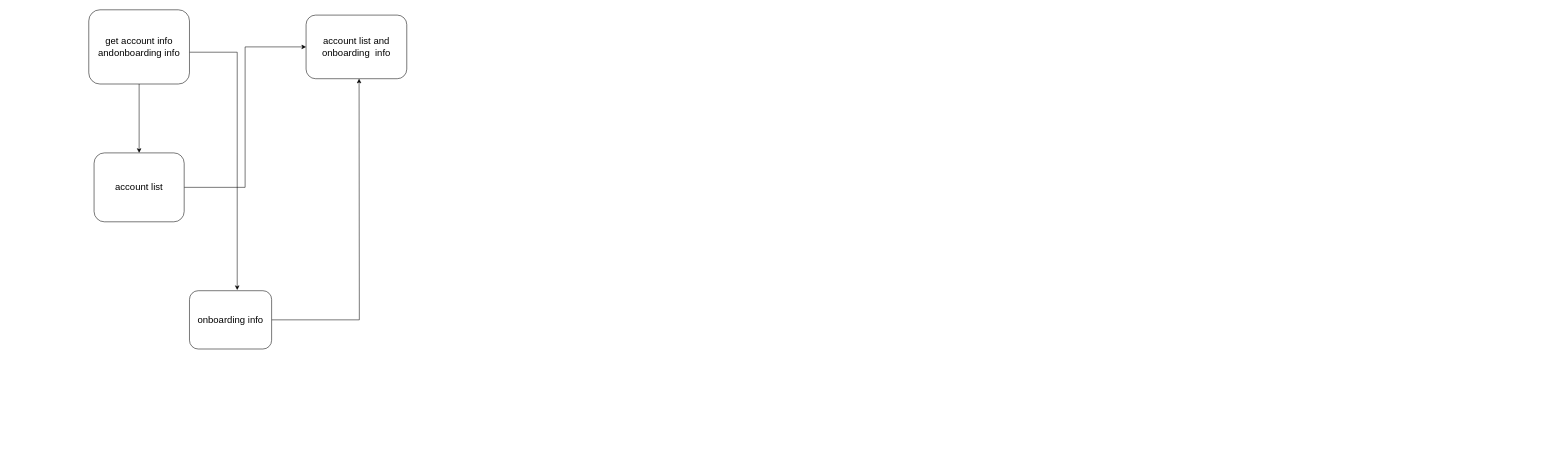
This is Untitled Diagram.drawio from arshamsedaghatbin/onbording, a draw.io file, before an edit. Source tidied: cells renumbered, new cells numbered last; positions are measured from the earlier drawing's top-left corner, leaving out a move shared by most shapes. Both pictures are drawn from the tidied source at 53%, with x=0, y=0 at pixel (89, 10).
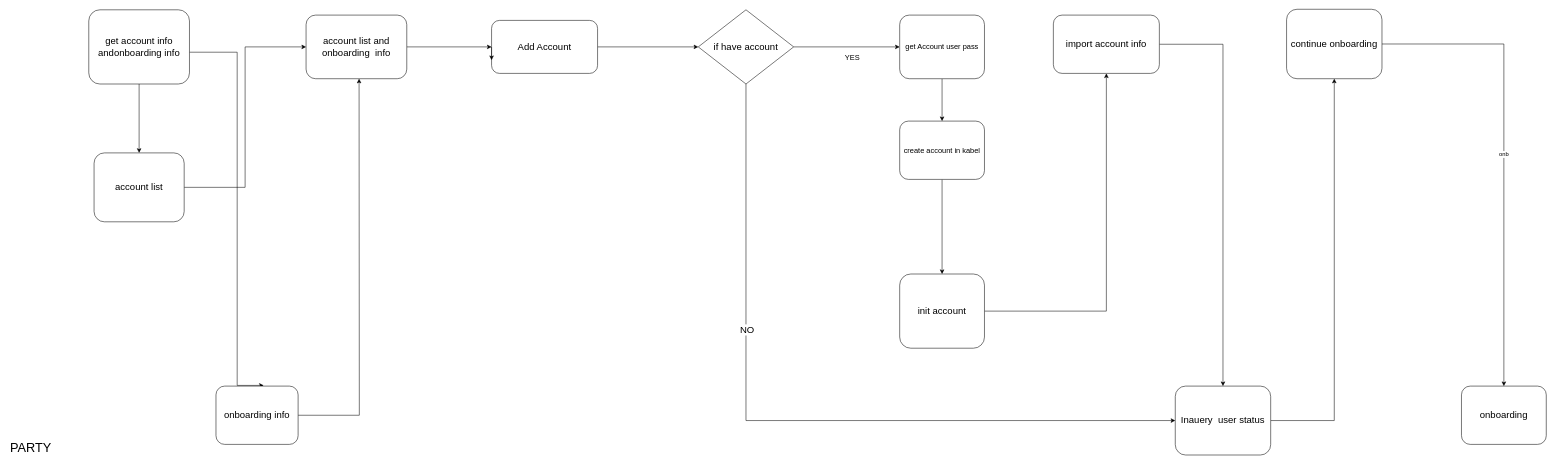
After the change.

Unchanged cells that the change refers to:
```xml
<mxCell id="2" value="&lt;font style=&quot;font-size: 18px&quot;&gt;account list and onboarding&amp;nbsp; info&lt;/font&gt;" style="rounded=1;whiteSpace=wrap;html=1;" parent="1" vertex="1">
  <mxGeometry x="410" y="10" width="190" height="120" as="geometry" />
</mxCell>
```

Change to the diagram source:
```diff
@@
+    <mxCell id="10" style="edgeStyle=orthogonalEdgeStyle;rounded=0;jettySize=auto;html=1;entryX=0;entryY=0.5;entryDx=0;entryDy=0;" parent="1" edge="1" source="2" target="12">
+      <mxGeometry relative="1" as="geometry" />
+    </mxCell>
@@
     <mxCell id="9" value="&lt;font style=&quot;font-size: 18px&quot;&gt;onboarding info&lt;/font&gt;" style="rounded=1;whiteSpace=wrap;html=1;" parent="1" vertex="1">
-      <mxGeometry x="190" y="530" width="155" height="110" as="geometry" />
+      <mxGeometry x="240" y="710" width="155" height="110" as="geometry" />
     </mxCell>
+    <mxCell id="11" style="edgeStyle=orthogonalEdgeStyle;rounded=0;jettySize=auto;html=1;entryX=0;entryY=0.5;entryDx=0;entryDy=0;" parent="1" edge="1" source="12" target="17">
+      <mxGeometry relative="1" as="geometry" />
+    </mxCell>
+    <mxCell id="12" value="&lt;font style=&quot;font-size: 18px&quot;&gt;Add Account&lt;/font&gt;" style="rounded=1;whiteSpace=wrap;html=1;" parent="1" vertex="1">
+      <mxGeometry x="760" y="20" width="200" height="100" as="geometry" />
+    </mxCell>
+    <mxCell id="13" style="edgeStyle=orthogonalEdgeStyle;rounded=0;orthogonalLoop=1;jettySize=auto;html=1;exitX=0;exitY=0.5;exitDx=0;exitDy=0;entryX=0;entryY=0.75;entryDx=0;entryDy=0;" parent="1" edge="1" source="12" target="12">
+      <mxGeometry relative="1" as="geometry" />
+    </mxCell>
+    <mxCell id="14" style="edgeStyle=orthogonalEdgeStyle;rounded=0;jettySize=auto;html=1;" parent="1" edge="1" source="17" target="22">
+      <mxGeometry relative="1" as="geometry" />
+    </mxCell>
+    <mxCell id="15" style="edgeStyle=orthogonalEdgeStyle;rounded=0;jettySize=auto;html=1;" parent="1" edge="1" source="17" target="20">
+      <mxGeometry relative="1" as="geometry">
+        <Array as="points">
+          <mxPoint x="1240" y="775" />
+        </Array>
+      </mxGeometry>
+    </mxCell>
+    <mxCell id="16" value="&lt;font style=&quot;font-size: 18px&quot;&gt;NO&lt;/font&gt;" style="text;html=1;align=center;verticalAlign=middle;labelBackgroundColor=#ffffff;" parent="15" vertex="1">
+      <mxGeometry x="-0.12" y="172" relative="1" as="geometry" />
+    </mxCell>
+    <mxCell id="17" value="&lt;font style=&quot;font-size: 18px&quot;&gt;if have account&lt;/font&gt;" style="rhombus;whiteSpace=wrap;html=1;" parent="1" vertex="1">
+      <mxGeometry x="1150" width="180" height="140" as="geometry" />
+    </mxCell>
+    <mxCell id="18" value="&lt;font style=&quot;font-size: 24px&quot;&gt;PARTY&lt;/font&gt;" style="text;html=1;align=left;verticalAlign=top;spacingTop=-4;" parent="1" vertex="1">
+      <mxGeometry x="-150" y="810" width="90" height="20" as="geometry" />
+    </mxCell>
+    <mxCell id="19" style="edgeStyle=orthogonalEdgeStyle;rounded=0;jettySize=auto;html=1;entryX=0.5;entryY=1;entryDx=0;entryDy=0;" parent="1" edge="1" source="20" target="31">
+      <mxGeometry relative="1" as="geometry" />
+    </mxCell>
+    <mxCell id="20" value="&lt;font style=&quot;font-size: 18px&quot;&gt;Inauery&amp;nbsp; user status&lt;/font&gt;" style="rounded=1;whiteSpace=wrap;html=1;" parent="1" vertex="1">
+      <mxGeometry x="2050" y="710" width="180" height="130" as="geometry" />
+    </mxCell>
+    <mxCell id="21" style="edgeStyle=orthogonalEdgeStyle;rounded=0;jettySize=auto;html=1;" parent="1" edge="1" source="22" target="24">
+      <mxGeometry relative="1" as="geometry" />
+    </mxCell>
+    <mxCell id="22" value="&lt;font style=&quot;font-size: 14px&quot;&gt;get Account user pass&lt;/font&gt;" style="rounded=1;whiteSpace=wrap;html=1;" parent="1" vertex="1">
+      <mxGeometry x="1530" y="10" width="160" height="120" as="geometry" />
+    </mxCell>
+    <mxCell id="23" style="edgeStyle=orthogonalEdgeStyle;rounded=0;jettySize=auto;html=1;entryX=0.5;entryY=0;entryDx=0;entryDy=0;" parent="1" edge="1" source="24" target="27">
+      <mxGeometry relative="1" as="geometry" />
+    </mxCell>
+    <mxCell id="24" value="&lt;span style=&quot;font-size: 14px&quot;&gt;create account in kabel&lt;/span&gt;" style="rounded=1;whiteSpace=wrap;html=1;" parent="1" vertex="1">
+      <mxGeometry x="1530" y="210" width="160" height="110" as="geometry" />
+    </mxCell>
+    <mxCell id="25" value="&lt;font style=&quot;font-size: 14px&quot;&gt;YES&lt;/font&gt;" style="text;html=1;align=left;verticalAlign=top;spacingTop=-4;" parent="1" vertex="1">
+      <mxGeometry x="1425" y="79" width="40" height="20" as="geometry" />
+    </mxCell>
+    <mxCell id="26" style="edgeStyle=orthogonalEdgeStyle;rounded=0;jettySize=auto;html=1;entryX=0.5;entryY=1;entryDx=0;entryDy=0;" parent="1" edge="1" source="27" target="29">
+      <mxGeometry relative="1" as="geometry" />
+    </mxCell>
+    <mxCell id="27" value="&lt;font style=&quot;font-size: 18px&quot;&gt;init account&lt;/font&gt;" style="rounded=1;whiteSpace=wrap;html=1;" parent="1" vertex="1">
+      <mxGeometry x="1530" y="498.5" width="160" height="140" as="geometry" />
+    </mxCell>
+    <mxCell id="28" style="edgeStyle=orthogonalEdgeStyle;rounded=0;jettySize=auto;html=1;entryX=0.5;entryY=0;entryDx=0;entryDy=0;" parent="1" edge="1" source="29" target="20">
+      <mxGeometry relative="1" as="geometry" />
+    </mxCell>
+    <mxCell id="29" value="&lt;font style=&quot;font-size: 18px&quot;&gt;import account info&lt;/font&gt;" style="rounded=1;whiteSpace=wrap;html=1;" parent="1" vertex="1">
+      <mxGeometry x="1820" y="10" width="200" height="110" as="geometry" />
+    </mxCell>
+    <mxCell id="30" value="onb" style="edgeStyle=orthogonalEdgeStyle;rounded=0;jettySize=auto;html=1;entryX=0.5;entryY=0;entryDx=0;entryDy=0;" parent="1" edge="1" source="31" target="32">
+      <mxGeometry relative="1" as="geometry" />
+    </mxCell>
+    <mxCell id="31" value="&lt;font style=&quot;font-size: 18px&quot;&gt;continue onboarding&lt;/font&gt;" style="rounded=1;whiteSpace=wrap;html=1;" parent="1" vertex="1">
+      <mxGeometry x="2260" y="-1" width="180" height="131" as="geometry" />
+    </mxCell>
+    <mxCell id="32" value="&lt;font style=&quot;font-size: 18px&quot;&gt;onboarding&lt;/font&gt;" style="rounded=1;whiteSpace=wrap;html=1;" parent="1" vertex="1">
+      <mxGeometry x="2590" y="710" width="160" height="110" as="geometry" />
+    </mxCell>
```
